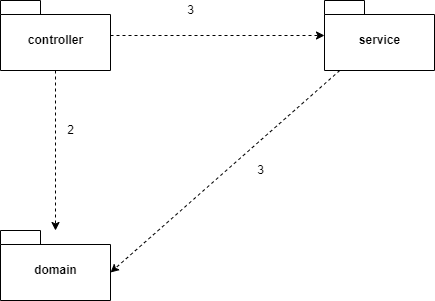
Above: diagrama.png in julianaoliveiras/developer-joyofenergy-java (draw.io), before the change. Source tidied: cells renumbered, new cells last; positions are measured from the earlier drawing's top-left corner, leaving out a move shared by most shapes.
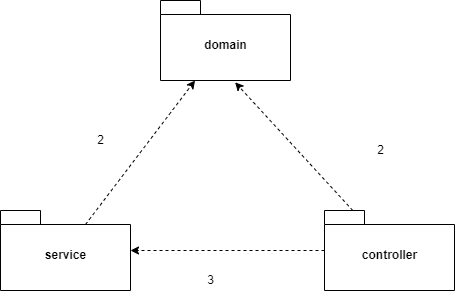
The same diagram one commit later.

Commit message:
atualizando diagrama de pacotes

The edit, as a diff of the source:
```diff
@@ -2,32 +2,34 @@
   <root>
     <mxCell id="0" />
     <mxCell id="1" parent="0" />
-    <mxCell id="2" style="edgeStyle=none;html=1;dashed=1;" parent="1" edge="1" source="4" target="5">
-      <mxGeometry relative="1" as="geometry" />
+    <mxCell id="2" style="edgeStyle=none;html=1;dashed=1;" parent="1" edge="1" source="4">
+      <mxGeometry relative="1" as="geometry">
+        <mxPoint x="130" y="240" as="targetPoint" />
+      </mxGeometry>
     </mxCell>
-    <mxCell id="3" style="edgeStyle=none;html=1;dashed=1;" parent="1" edge="1" source="4" target="7">
-      <mxGeometry relative="1" as="geometry" />
-    </mxCell>
+    <mxCell id="9" style="edgeStyle=none;html=1;entryX=0.574;entryY=1.023;entryDx=0;entryDy=0;entryPerimeter=0;dashed=1;" parent="1" edge="1" source="4" target="5">
+      <mxGeometry relative="1" as="geometry" />
+    </mxCell>
     <mxCell id="4" value="controller" style="shape=folder;fontStyle=1;spacingTop=10;tabWidth=40;tabHeight=14;tabPosition=left;html=1;" parent="1" vertex="1">
-      <mxGeometry width="110" height="70" as="geometry" />
+      <mxGeometry x="324" y="200" width="130" height="80" as="geometry" />
     </mxCell>
+    <mxCell id="8" style="edgeStyle=none;html=1;dashed=1;exitX=0;exitY=0;exitDx=85;exitDy=14;exitPerimeter=0;" parent="1" edge="1" source="7" target="5">
+      <mxGeometry relative="1" as="geometry" />
+    </mxCell>
+    <mxCell id="7" value="service" style="shape=folder;fontStyle=1;spacingTop=10;tabWidth=40;tabHeight=14;tabPosition=left;html=1;" parent="1" vertex="1">
+      <mxGeometry y="200" width="130" height="80" as="geometry" />
+    </mxCell>
     <mxCell id="5" value="domain" style="shape=folder;fontStyle=1;spacingTop=10;tabWidth=40;tabHeight=14;tabPosition=left;html=1;" parent="1" vertex="1">
-      <mxGeometry y="230" width="110" height="70" as="geometry" />
+      <mxGeometry x="160" y="-10" width="130" height="80" as="geometry" />
     </mxCell>
-    <mxCell id="6" style="edgeStyle=none;html=1;entryX=0;entryY=0;entryDx=110;entryDy=42;entryPerimeter=0;dashed=1;" parent="1" edge="1" source="7" target="5">
-      <mxGeometry relative="1" as="geometry" />
+    <mxCell id="6" value="3" style="text;html=1;align=center;verticalAlign=middle;strokeColor=none;fillColor=none;" parent="1" vertex="1">
+      <mxGeometry x="200" y="260" width="20" height="20" as="geometry" />
     </mxCell>
-    <mxCell id="7" value="service" style="shape=folder;fontStyle=1;spacingTop=10;tabWidth=40;tabHeight=14;tabPosition=left;html=1;" parent="1" vertex="1">
-      <mxGeometry x="324" width="110" height="70" as="geometry" />
-    </mxCell>
-    <mxCell id="8" value="2" style="text;html=1;align=center;verticalAlign=middle;strokeColor=none;fillColor=none;" parent="1" vertex="1">
-      <mxGeometry x="60" y="120" width="20" height="20" as="geometry" />
-    </mxCell>
-    <mxCell id="9" value="3" style="text;html=1;align=center;verticalAlign=middle;strokeColor=none;fillColor=none;" parent="1" vertex="1">
-      <mxGeometry x="180" width="20" height="20" as="geometry" />
-    </mxCell>
-    <mxCell id="10" value="3" style="text;html=1;align=center;verticalAlign=middle;strokeColor=none;fillColor=none;" parent="1" vertex="1">
-      <mxGeometry x="250" y="160" width="20" height="20" as="geometry" />
+    <mxCell id="10" value="2" style="text;html=1;align=center;verticalAlign=middle;strokeColor=none;fillColor=none;" parent="1" vertex="1">
+      <mxGeometry x="90" y="120" width="20" height="20" as="geometry" />
     </mxCell>
+    <mxCell id="11" value="2" style="text;html=1;align=center;verticalAlign=middle;strokeColor=none;fillColor=none;" parent="1" vertex="1">
+      <mxGeometry x="370" y="130" width="20" height="20" as="geometry" />
+    </mxCell>
   </root>
 </mxGraphModel>
```
